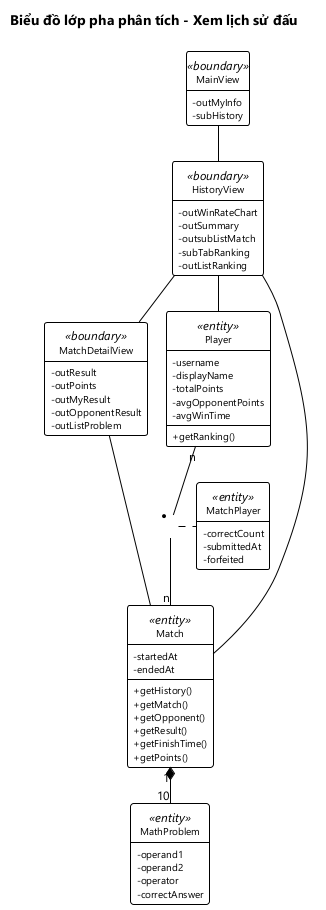
Above: docs/hung/lop-phan-tich-uc04.png in HungNguyenBa1811/math-dash (PlantUML), before the change.
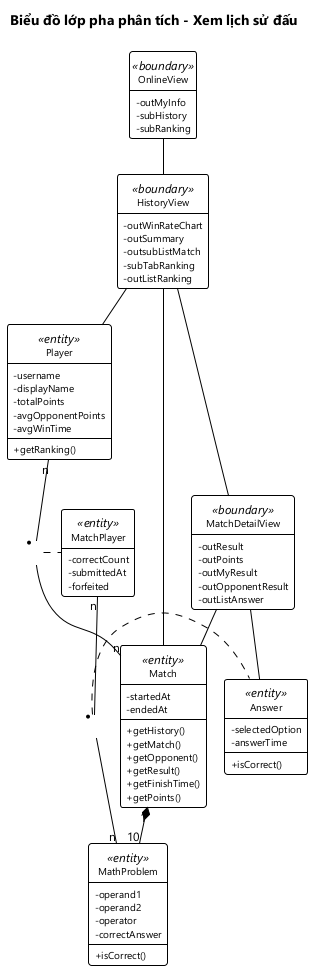
Above is the later version.

The edit, as a diff of the source:
```diff
@@ -2,9 +2,10 @@
 !include _theme.iuml
 title Biểu đồ lớp pha phân tích - Xem lịch sử đấu
 
-class MainView <<boundary>> {
+class OnlineView <<boundary>> {
   - outMyInfo
   - subHistory
+  - subRanking
 }
 class HistoryView <<boundary>> {
   - outWinRateChart
@@ -18,7 +19,7 @@
   - outPoints
   - outMyResult
   - outOpponentResult
-  - outListProblem
+  - outListAnswer
 }
 class Player <<entity>> {
   - username
@@ -43,19 +44,28 @@
   - submittedAt
   - forfeited
 }
+class Answer <<entity>> {
+  - selectedOption
+  - answerTime
+  + isCorrect()
+}
 class MathProblem <<entity>> {
   - operand1
   - operand2
   - operator
   - correctAnswer
+  + isCorrect()
 }
 
-MainView -- HistoryView
+OnlineView -- HistoryView
 HistoryView -- MatchDetailView
 HistoryView -- Match
 HistoryView -- Player
 MatchDetailView -- Match
+MatchDetailView -- Answer
 Player "n" -- "n" Match
 (Player, Match) .. MatchPlayer
 Match "1" *-- "10" MathProblem
+MatchPlayer "n" -- "n" MathProblem
+(MatchPlayer, MathProblem) .. Answer
 @enduml
```
